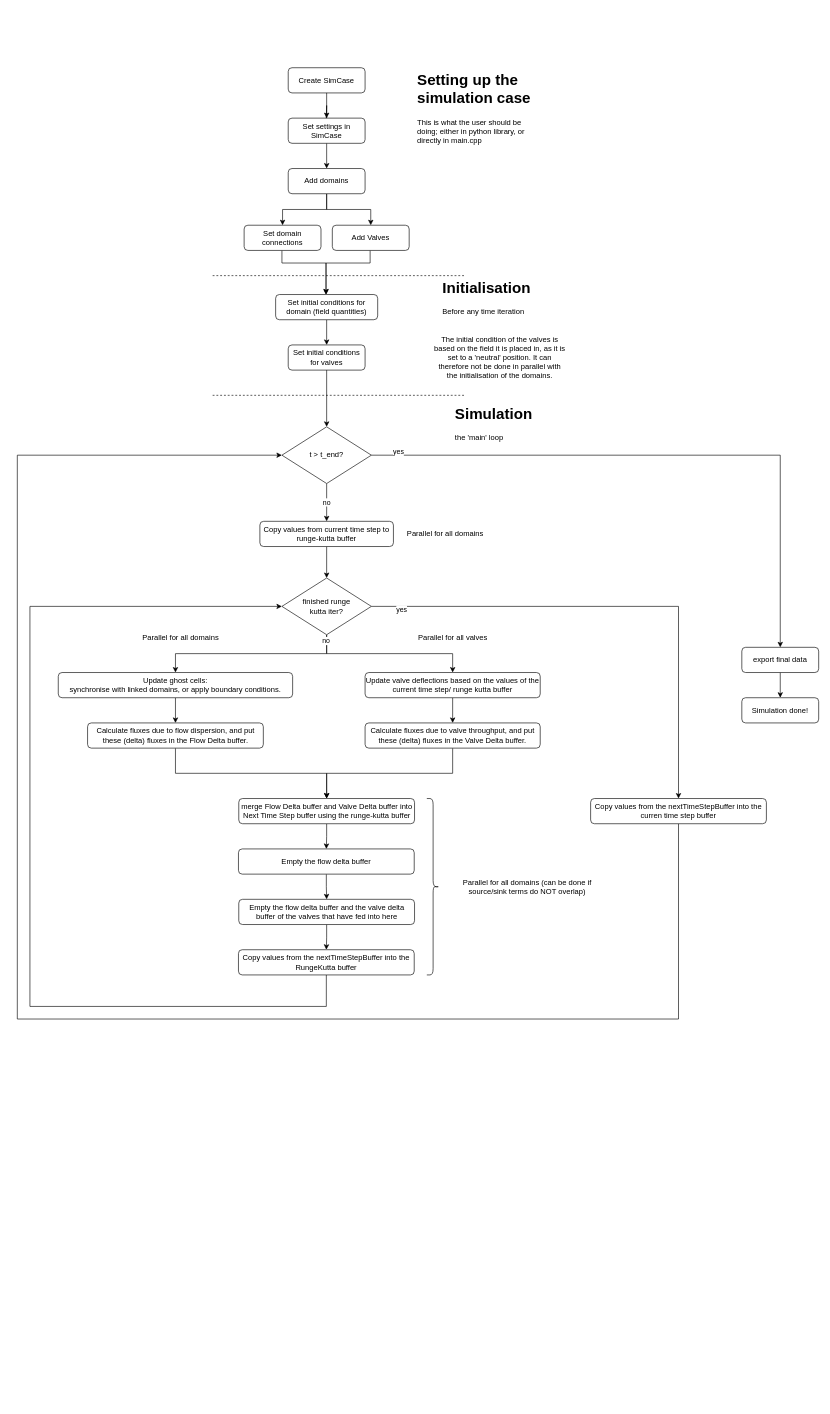
The draw.io diagram page "Page-1" (1 of 2) of air_breathing_layout.drawio in Aidavdw/komurasaki_air_breathing, before the edit. Source tidied: cells renumbered, new cells numbered last; positions are measured from the earlier drawing's top-left corner, leaving out a move shared by most shapes. Both pictures are drawn from the tidied source at 63%, with x=0, y=0 at pixel (17, 67).
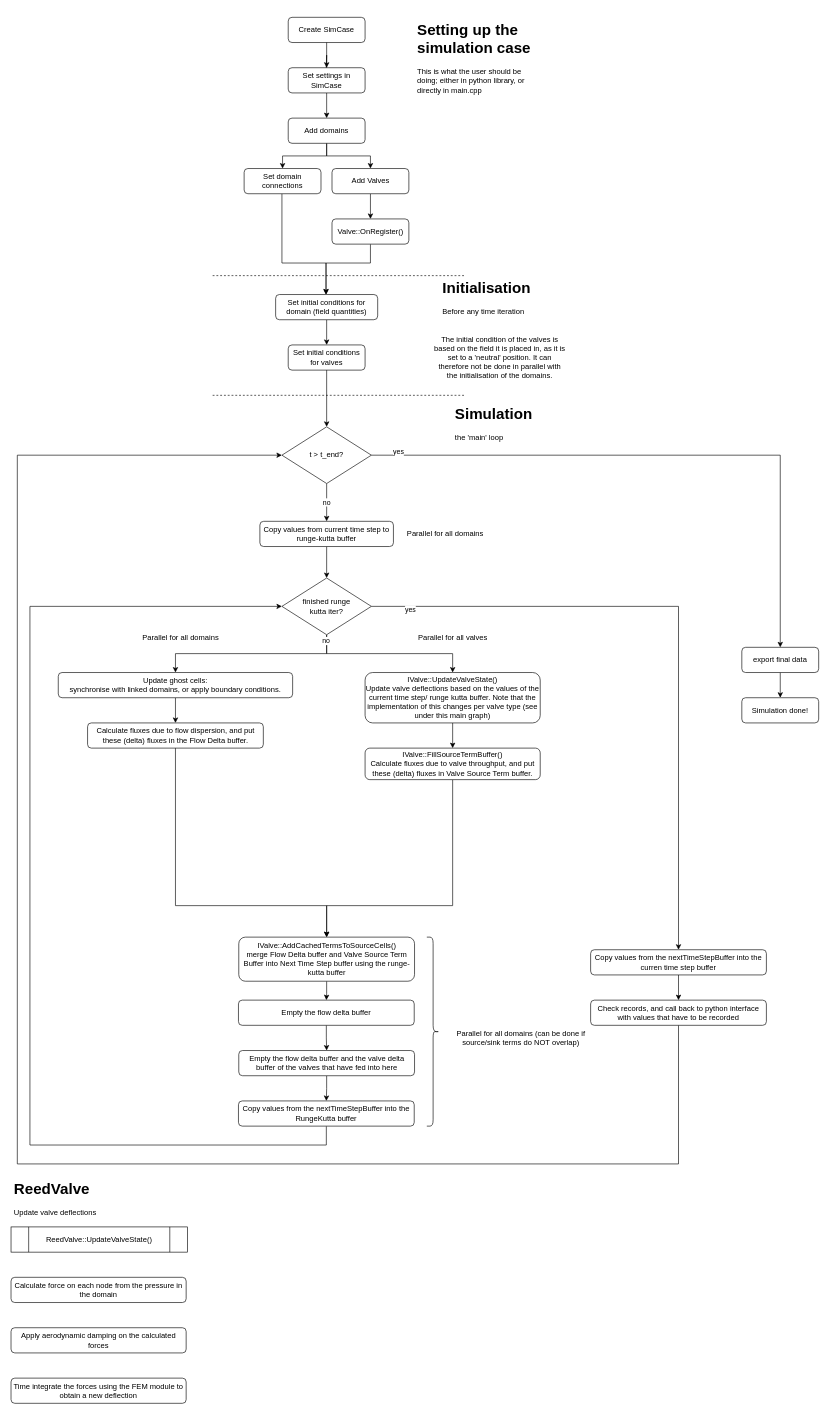
Above is the later version.

Unchanged cells that the change refers to:
```xml
<mxCell id="15" value="Set initial conditions for domain (field quantities)" style="rounded=1;whiteSpace=wrap;html=1;fontSize=12;glass=0;strokeWidth=1;shadow=0;" parent="1" vertex="1">
  <mxGeometry x="410" y="360" width="162" height="40" as="geometry" />
</mxCell>
<mxCell id="29" value="t &amp;gt; t_end?" style="rhombus;whiteSpace=wrap;html=1;" parent="1" vertex="1">
  <mxGeometry x="420" y="570" width="142" height="90" as="geometry" />
</mxCell>
<mxCell id="33" value="finished runge&lt;br&gt;kutta iter?" style="rhombus;whiteSpace=wrap;html=1;" parent="1" vertex="1">
  <mxGeometry x="420" y="810" width="142" height="90" as="geometry" />
</mxCell>
<mxCell id="37" value="Calculate fluxes due to flow dispersion, and put these (delta) fluxes in the Flow Delta buffer." style="rounded=1;whiteSpace=wrap;html=1;fontSize=12;glass=0;strokeWidth=1;shadow=0;" parent="1" vertex="1">
  <mxGeometry x="111.5" y="1040" width="279" height="40" as="geometry" />
</mxCell>
```

What changed in the source:
```diff
@@
     <mxCell id="2" style="edgeStyle=orthogonalEdgeStyle;rounded=0;jettySize=auto;html=1;" parent="1" edge="1" source="6">
       <mxGeometry relative="1" as="geometry">
-        <mxPoint x="490" y="90" as="targetPoint" />
+        <mxPoint x="490" y="10" as="targetPoint" />
       </mxGeometry>
     </mxCell>
     <mxCell id="3" value="Create SimCase" style="rounded=1;whiteSpace=wrap;html=1;fontSize=12;glass=0;strokeWidth=1;shadow=0;" parent="1" vertex="1">
-      <mxGeometry x="430" width="122" height="40" as="geometry" />
+      <mxGeometry x="430" y="-80" width="122" height="40" as="geometry" />
     </mxCell>
@@
     <mxCell id="6" value="Set settings in SimCase" style="rounded=1;whiteSpace=wrap;html=1;fontSize=12;glass=0;strokeWidth=1;shadow=0;" parent="1" vertex="1">
-      <mxGeometry x="430" y="80" width="122" height="40" as="geometry" />
+      <mxGeometry x="430" width="122" height="40" as="geometry" />
     </mxCell>
@@
     <mxCell id="9" value="Add domains" style="rounded=1;whiteSpace=wrap;html=1;fontSize=12;glass=0;strokeWidth=1;shadow=0;" parent="1" vertex="1">
-      <mxGeometry x="430" y="160" width="122" height="40" as="geometry" />
+      <mxGeometry x="430" y="80" width="122" height="40" as="geometry" />
     </mxCell>
@@
     <mxCell id="11" value="Set domain connections" style="rounded=1;whiteSpace=wrap;html=1;fontSize=12;glass=0;strokeWidth=1;shadow=0;" parent="1" vertex="1">
-      <mxGeometry x="360" y="250" width="122" height="40" as="geometry" />
+      <mxGeometry x="360" y="160" width="122" height="40" as="geometry" />
     </mxCell>
-    <mxCell id="12" style="edgeStyle=orthogonalEdgeStyle;rounded=0;jettySize=auto;html=1;" parent="1" edge="1" source="13" target="15">
-      <mxGeometry relative="1" as="geometry">
-        <Array as="points">
-          <mxPoint x="560" y="310" />
-          <mxPoint x="490" y="310" />
-        </Array>
-      </mxGeometry>
-    </mxCell>
+    <mxCell id="59" style="edgeStyle=orthogonalEdgeStyle;rounded=0;jettySize=auto;html=1;" parent="1" edge="1" source="13" target="62">
+      <mxGeometry relative="1" as="geometry" />
+    </mxCell>
     <mxCell id="13" value="Add Valves" style="rounded=1;whiteSpace=wrap;html=1;fontSize=12;glass=0;strokeWidth=1;shadow=0;" parent="1" vertex="1">
-      <mxGeometry x="500" y="250" width="122" height="40" as="geometry" />
+      <mxGeometry x="499.5" y="160" width="122" height="40" as="geometry" />
     </mxCell>
@@
     <mxCell id="17" value="&lt;h1&gt;Setting up the simulation case&lt;/h1&gt;&lt;p&gt;This is what the user should be doing; either in python library, or directly in main.cpp&lt;/p&gt;" style="text;html=1;strokeColor=none;fillColor=none;spacing=5;spacingTop=-20;whiteSpace=wrap;overflow=hidden;rounded=0;" parent="1" vertex="1">
-      <mxGeometry x="630" width="192" height="170" as="geometry" />
+      <mxGeometry x="630" y="-80" width="192" height="170" as="geometry" />
     </mxCell>
@@
     <mxCell id="36" style="edgeStyle=orthogonalEdgeStyle;rounded=0;jettySize=auto;html=1;" parent="1" edge="1" source="37" target="43">
-      <mxGeometry relative="1" as="geometry" />
+      <mxGeometry relative="1" as="geometry">
+        <Array as="points">
+          <mxPoint x="251" y="1330" />
+          <mxPoint x="491" y="1330" />
+        </Array>
+      </mxGeometry>
     </mxCell>
@@
-    <mxCell id="39" value="Update valve deflections based on the values of the current time step/ runge kutta buffer" style="rounded=1;whiteSpace=wrap;html=1;fontSize=12;glass=0;strokeWidth=1;shadow=0;" parent="1" vertex="1">
-      <mxGeometry x="552" y="960" width="278" height="40" as="geometry" />
+    <mxCell id="39" value="IValve::UpdateValveState()&lt;br&gt;Update valve deflections based on the values of the current time step/ runge kutta buffer. Note that the implementation of this changes per valve type (see under this main graph)" style="rounded=1;whiteSpace=wrap;html=1;fontSize=12;glass=0;strokeWidth=1;shadow=0;" parent="1" vertex="1">
+      <mxGeometry x="552" y="960" width="278" height="80" as="geometry" />
     </mxCell>
     <mxCell id="40" style="edgeStyle=orthogonalEdgeStyle;rounded=0;jettySize=auto;html=1;" parent="1" edge="1" source="41" target="43">
-      <mxGeometry relative="1" as="geometry" />
+      <mxGeometry relative="1" as="geometry">
+        <Array as="points">
+          <mxPoint x="691" y="1330" />
+          <mxPoint x="491" y="1330" />
+        </Array>
+      </mxGeometry>
     </mxCell>
-    <mxCell id="41" value="Calculate fluxes due to valve throughput, and put these (delta) fluxes in the Valve Delta buffer." style="rounded=1;whiteSpace=wrap;html=1;fontSize=12;glass=0;strokeWidth=1;shadow=0;" parent="1" vertex="1">
-      <mxGeometry x="552" y="1040" width="278" height="40" as="geometry" />
+    <mxCell id="41" value="IValve::FillSourceTermBuffer()&lt;br&gt;Calculate fluxes due to valve throughput, and put these (delta) fluxes in Valve Source Term buffer." style="rounded=1;whiteSpace=wrap;html=1;fontSize=12;glass=0;strokeWidth=1;shadow=0;" parent="1" vertex="1">
+      <mxGeometry x="552" y="1080" width="278" height="50" as="geometry" />
     </mxCell>
@@
-    <mxCell id="43" value="merge Flow Delta buffer and Valve Delta buffer into Next Time Step buffer using the runge-kutta buffer" style="rounded=1;whiteSpace=wrap;html=1;fontSize=12;glass=0;strokeWidth=1;shadow=0;" parent="1" vertex="1">
-      <mxGeometry x="351.5" y="1160" width="279" height="40" as="geometry" />
+    <mxCell id="43" value="IValve::AddCachedTermsToSourceCells()&lt;br&gt;merge Flow Delta buffer and Valve Source Term Buffer into Next Time Step buffer using the runge-kutta buffer" style="rounded=1;whiteSpace=wrap;html=1;fontSize=12;glass=0;strokeWidth=1;shadow=0;" parent="1" vertex="1">
+      <mxGeometry x="351.5" y="1380" width="279" height="70" as="geometry" />
     </mxCell>
     <mxCell id="44" value="Parallel for all domains (can be done if source/sink terms do NOT overlap)" style="text;html=1;strokeColor=none;fillColor=none;align=center;verticalAlign=middle;whiteSpace=wrap;rounded=0;" parent="1" vertex="1">
-      <mxGeometry x="690" y="1285" width="239" height="30" as="geometry" />
+      <mxGeometry x="680" y="1525" width="239" height="30" as="geometry" />
     </mxCell>
@@
     <mxCell id="46" style="edgeStyle=orthogonalEdgeStyle;rounded=0;jettySize=auto;html=1;entryX=0;entryY=0.5;entryDx=0;entryDy=0;exitX=0.5;exitY=1;exitDx=0;exitDy=0;" parent="1" edge="1" source="52" target="33">
       <mxGeometry relative="1" as="geometry">
         <Array as="points">
-          <mxPoint x="491" y="1440" />
-          <mxPoint x="491" y="1490" />
-          <mxPoint x="20" y="1490" />
+          <mxPoint x="491" y="1710" />
+          <mxPoint x="20" y="1710" />
           <mxPoint x="20" y="855" />
         </Array>
       </mxGeometry>
     </mxCell>
@@
     <mxCell id="48" value="Empty the flow delta buffer and the valve delta buffer of the valves that have fed into here" style="rounded=1;whiteSpace=wrap;html=1;fontSize=12;glass=0;strokeWidth=1;shadow=0;" parent="1" vertex="1">
-      <mxGeometry x="351.5" y="1320" width="279" height="40" as="geometry" />
+      <mxGeometry x="351.5" y="1560" width="279" height="40" as="geometry" />
     </mxCell>
@@
     <mxCell id="50" value="Empty the flow delta buffer" style="rounded=1;whiteSpace=wrap;html=1;fontSize=12;glass=0;strokeWidth=1;shadow=0;" parent="1" vertex="1">
-      <mxGeometry x="351" y="1240" width="279" height="40" as="geometry" />
+      <mxGeometry x="351" y="1480" width="279" height="40" as="geometry" />
     </mxCell>
     <mxCell id="51" style="shape=curlyBracket;whiteSpace=wrap;html=1;rounded=1;flipH=1;labelPosition=right;verticalLabelPosition=middle;align=left;verticalAlign=middle;" parent="1" vertex="1">
-      <mxGeometry x="650" y="1160" width="20" height="280" as="geometry" />
+      <mxGeometry x="650" y="1380" width="20" height="300" as="geometry" />
     </mxCell>
     <mxCell id="52" value="Copy values from the nextTimeStepBuffer into the RungeKutta buffer" style="rounded=1;whiteSpace=wrap;html=1;fontSize=12;glass=0;strokeWidth=1;shadow=0;" parent="1" vertex="1">
-      <mxGeometry x="351" y="1400" width="279" height="40" as="geometry" />
+      <mxGeometry x="351" y="1640" width="279" height="40" as="geometry" />
     </mxCell>
-    <mxCell id="53" style="edgeStyle=orthogonalEdgeStyle;rounded=0;jettySize=auto;html=1;entryX=0;entryY=0.5;entryDx=0;entryDy=0;" parent="1" edge="1" source="54" target="29">
+    <mxCell id="53" style="edgeStyle=orthogonalEdgeStyle;rounded=0;jettySize=auto;html=1;entryX=0;entryY=0.5;entryDx=0;entryDy=0;" parent="1" edge="1" source="63" target="29">
       <mxGeometry relative="1" as="geometry">
         <Array as="points">
-          <mxPoint x="1050" y="1510" />
-          <mxPoint y="1510" />
+          <mxPoint x="1050" y="1740" />
+          <mxPoint y="1740" />
           <mxPoint y="615" />
         </Array>
       </mxGeometry>
     </mxCell>
+    <mxCell id="60" style="edgeStyle=orthogonalEdgeStyle;rounded=0;jettySize=auto;html=1;" parent="1" edge="1" source="54" target="63">
+      <mxGeometry relative="1" as="geometry" />
+    </mxCell>
     <mxCell id="54" value="Copy values from the nextTimeStepBuffer into the curren time step buffer" style="rounded=1;whiteSpace=wrap;html=1;fontSize=12;glass=0;strokeWidth=1;shadow=0;" parent="1" vertex="1">
-      <mxGeometry x="910" y="1160" width="279" height="40" as="geometry" />
+      <mxGeometry x="910" y="1400" width="279" height="40" as="geometry" />
     </mxCell>
@@
+    <mxCell id="61" style="edgeStyle=orthogonalEdgeStyle;rounded=0;jettySize=auto;html=1;" parent="1" edge="1" source="62" target="15">
+      <mxGeometry relative="1" as="geometry">
+        <Array as="points">
+          <mxPoint x="561" y="310" />
+          <mxPoint x="490" y="310" />
+        </Array>
+      </mxGeometry>
+    </mxCell>
+    <mxCell id="62" value="Valve::OnRegister()" style="rounded=1;whiteSpace=wrap;html=1;fontSize=12;glass=0;strokeWidth=1;shadow=0;" parent="1" vertex="1">
+      <mxGeometry x="499.5" y="240" width="122" height="40" as="geometry" />
+    </mxCell>
+    <mxCell id="63" value="Check records, and call back to python interface with values that have to be recorded" style="rounded=1;whiteSpace=wrap;html=1;fontSize=12;glass=0;strokeWidth=1;shadow=0;" parent="1" vertex="1">
+      <mxGeometry x="910" y="1480" width="279" height="40" as="geometry" />
+    </mxCell>
+    <mxCell id="64" value="Calculate force on each node from the pressure in the domain" style="rounded=1;whiteSpace=wrap;html=1;fontSize=12;glass=0;strokeWidth=1;shadow=0;" parent="1" vertex="1">
+      <mxGeometry x="-10" y="1920" width="278" height="40" as="geometry" />
+    </mxCell>
+    <mxCell id="65" value="&lt;h1&gt;ReedValve&lt;/h1&gt;&lt;p&gt;Update valve deflections&lt;/p&gt;" style="text;html=1;strokeColor=none;fillColor=none;spacing=5;spacingTop=-20;whiteSpace=wrap;overflow=hidden;rounded=0;" parent="1" vertex="1">
+      <mxGeometry x="-10" y="1760" width="520" height="90" as="geometry" />
+    </mxCell>
+    <mxCell id="66" value="Apply aerodynamic damping on the calculated forces" style="rounded=1;whiteSpace=wrap;html=1;fontSize=12;glass=0;strokeWidth=1;shadow=0;" parent="1" vertex="1">
+      <mxGeometry x="-10" y="2000" width="278" height="40" as="geometry" />
+    </mxCell>
+    <mxCell id="67" value="Time integrate the forces using the FEM module to obtain a new deflection" style="rounded=1;whiteSpace=wrap;html=1;fontSize=12;glass=0;strokeWidth=1;shadow=0;" parent="1" vertex="1">
+      <mxGeometry x="-10" y="2080" width="278" height="40" as="geometry" />
+    </mxCell>
+    <mxCell id="68" value="ReedValve::UpdateValveState()" style="shape=process;whiteSpace=wrap;html=1;backgroundOutline=1;" parent="1" vertex="1">
+      <mxGeometry x="-10" y="1840" width="280" height="40" as="geometry" />
+    </mxCell>
```
